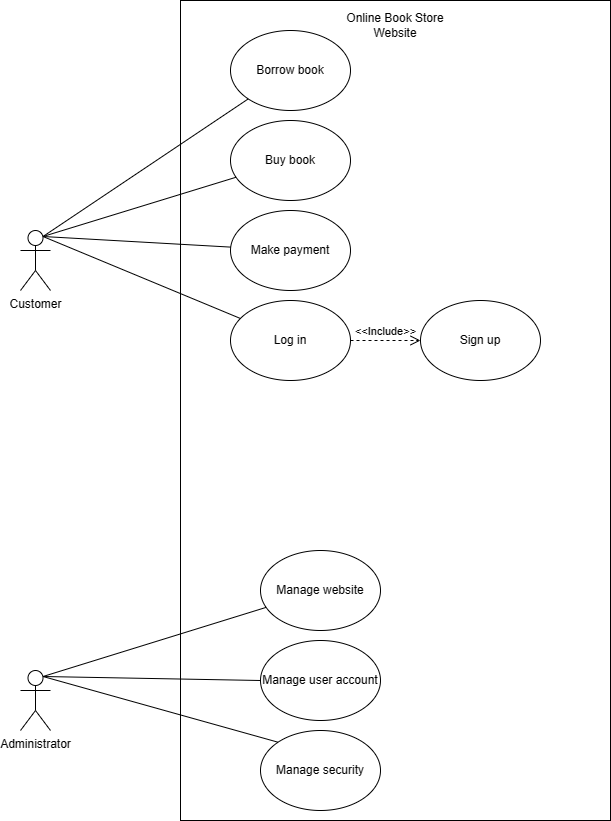
Before: use case drawio22.drawio.png, a diagram exported from draw.io (YousefFatafta/Online-Book-Store). Source tidied: cells renumbered, new cells last; positions are measured from the earlier drawing's top-left corner, leaving out a move shared by most shapes.
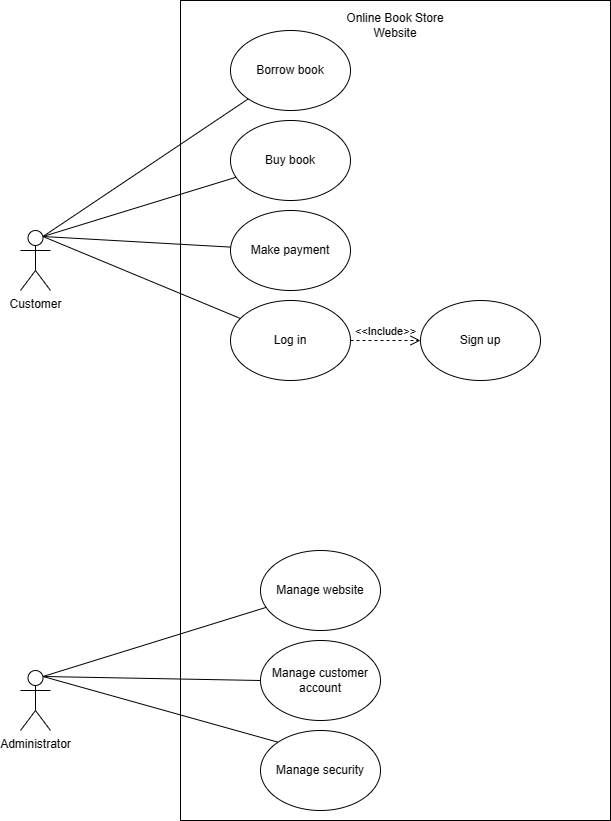
After the change.

Change to the diagram source:
```diff
@@ -20,7 +20,7 @@
     <mxCell id="7" value="Manage website" style="ellipse;whiteSpace=wrap;html=1;" parent="1" vertex="1">
       <mxGeometry x="240" y="550" width="120" height="80" as="geometry" />
     </mxCell>
-    <mxCell id="8" value="Manage user account" style="ellipse;whiteSpace=wrap;html=1;" parent="1" vertex="1">
+    <mxCell id="8" value="Manage customer account" style="ellipse;whiteSpace=wrap;html=1;" parent="1" vertex="1">
       <mxGeometry x="240" y="640" width="120" height="80" as="geometry" />
     </mxCell>
     <mxCell id="9" value="Manage security" style="ellipse;whiteSpace=wrap;html=1;" parent="1" vertex="1">
```
